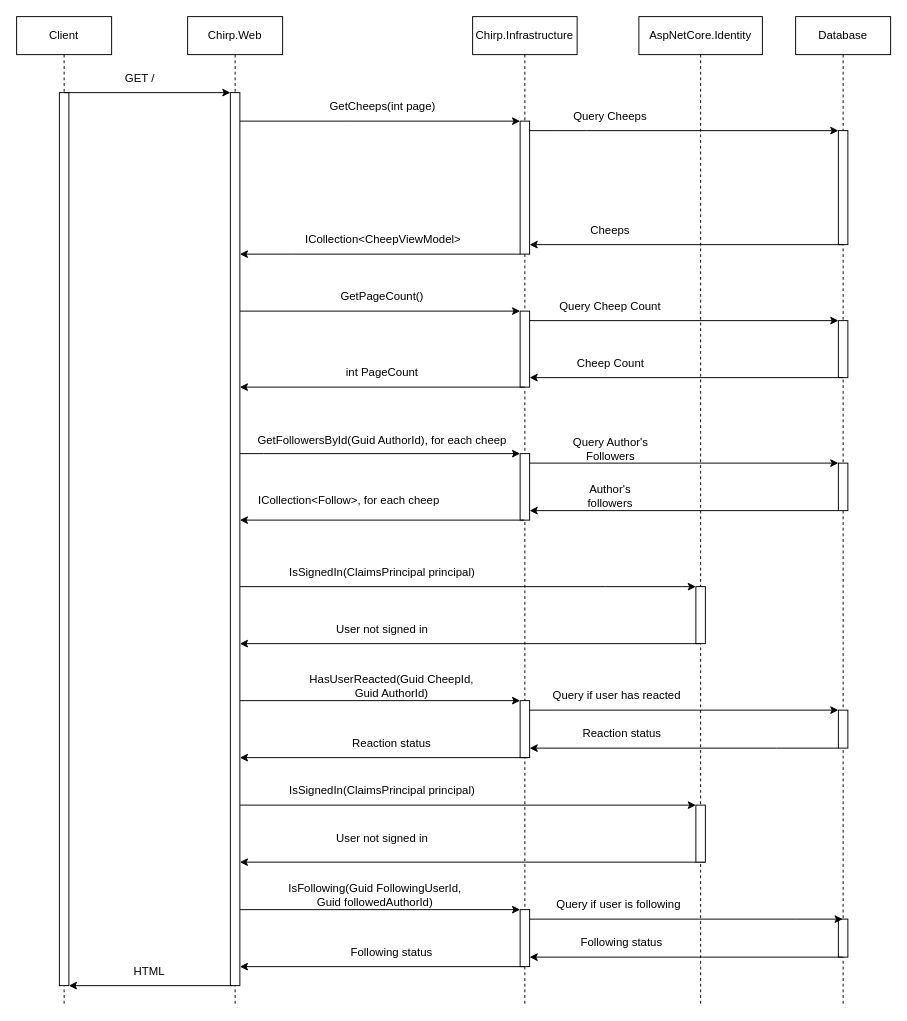
ITU-BDSA-GROUP-20/Chirp keeps this draw.io diagram as docs/SequenceCallDiagram.drawio. Above is the earlier version. Source tidied: cells renumbered, new cells numbered last; positions are measured from the earlier drawing's top-left corner, leaving out a move shared by most shapes. Both pictures are drawn from the tidied source at 95%, with x=0, y=0 at pixel (16, 16).
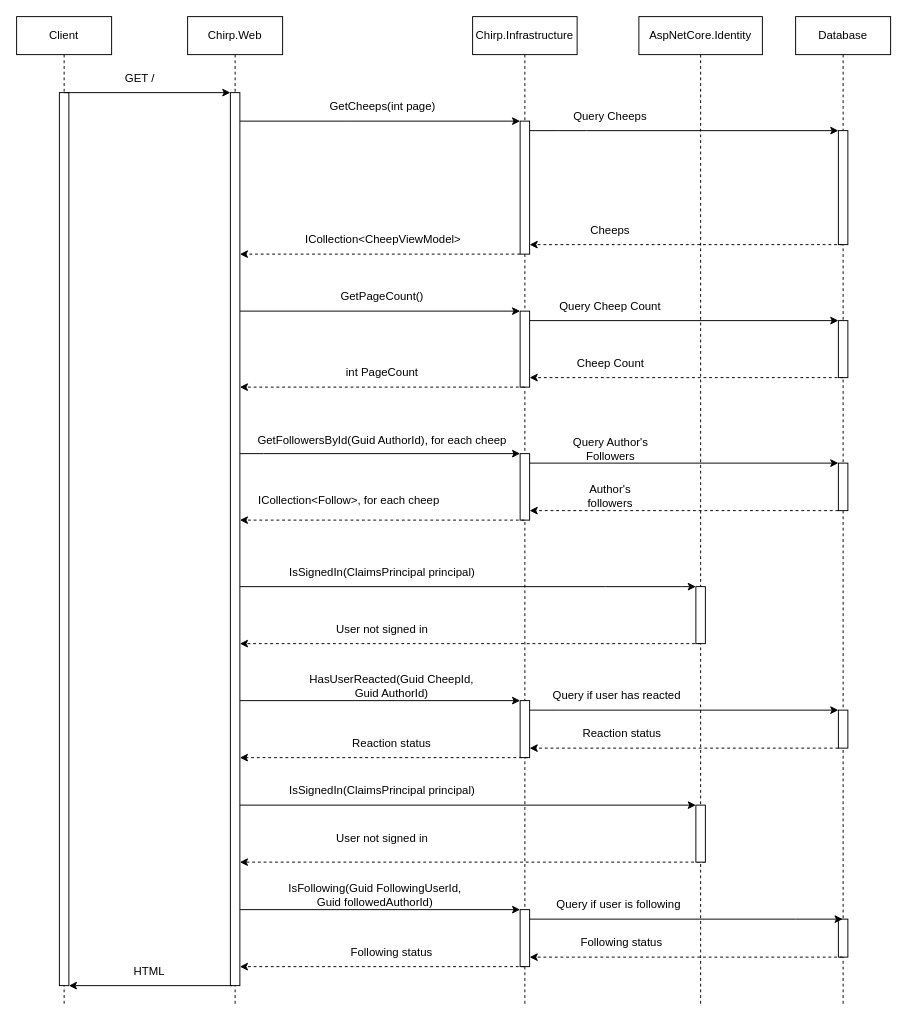
The same diagram, later.

The change refers to these unchanged cells:
```xml
<mxCell id="4" value="Chirp.Infrastructure" style="shape=umlLifeline;perimeter=lifelinePerimeter;whiteSpace=wrap;html=1;outlineConnect=0;portConstraint=eastwest;newEdgeStyle={&quot;edgeStyle&quot;:&quot;elbowEdgeStyle&quot;,&quot;elbow&quot;:&quot;vertical&quot;,&quot;curved&quot;:0,&quot;rounded&quot;:0};" parent="1" vertex="1">
  <mxGeometry x="480" width="110" height="1040" as="geometry" />
</mxCell>
<mxCell id="5" style="html=1;points=[];perimeter=orthogonalPerimeter;outlineConnect=0;targetShapes=umlLifeline;portConstraint=eastwest;newEdgeStyle={&quot;edgeStyle&quot;:&quot;elbowEdgeStyle&quot;,&quot;elbow&quot;:&quot;vertical&quot;,&quot;curved&quot;:0,&quot;rounded&quot;:0};" parent="4" vertex="1">
  <mxGeometry x="50" y="110" width="10" height="140" as="geometry" />
</mxCell>
<mxCell id="8" style="html=1;points=[];perimeter=orthogonalPerimeter;outlineConnect=0;targetShapes=umlLifeline;portConstraint=eastwest;newEdgeStyle={&quot;edgeStyle&quot;:&quot;elbowEdgeStyle&quot;,&quot;elbow&quot;:&quot;vertical&quot;,&quot;curved&quot;:0,&quot;rounded&quot;:0};" parent="4" vertex="1">
  <mxGeometry x="50" y="720" width="10" height="60" as="geometry" />
</mxCell>
<mxCell id="9" style="html=1;points=[];perimeter=orthogonalPerimeter;outlineConnect=0;targetShapes=umlLifeline;portConstraint=eastwest;newEdgeStyle={&quot;edgeStyle&quot;:&quot;elbowEdgeStyle&quot;,&quot;elbow&quot;:&quot;vertical&quot;,&quot;curved&quot;:0,&quot;rounded&quot;:0};" parent="4" vertex="1">
  <mxGeometry x="50" y="940" width="10" height="60" as="geometry" />
</mxCell>
<mxCell id="10" value="Database" style="shape=umlLifeline;perimeter=lifelinePerimeter;whiteSpace=wrap;html=1;outlineConnect=0;portConstraint=eastwest;newEdgeStyle={&quot;edgeStyle&quot;:&quot;elbowEdgeStyle&quot;,&quot;elbow&quot;:&quot;vertical&quot;,&quot;curved&quot;:0,&quot;rounded&quot;:0};" parent="1" vertex="1">
  <mxGeometry x="820" width="100" height="1040" as="geometry" />
</mxCell>
<mxCell id="12" style="html=1;points=[];perimeter=orthogonalPerimeter;outlineConnect=0;targetShapes=umlLifeline;portConstraint=eastwest;newEdgeStyle={&quot;edgeStyle&quot;:&quot;elbowEdgeStyle&quot;,&quot;elbow&quot;:&quot;vertical&quot;,&quot;curved&quot;:0,&quot;rounded&quot;:0};" parent="10" vertex="1">
  <mxGeometry x="45" y="320" width="10" height="60" as="geometry" />
</mxCell>
<mxCell id="13" style="html=1;points=[];perimeter=orthogonalPerimeter;outlineConnect=0;targetShapes=umlLifeline;portConstraint=eastwest;newEdgeStyle={&quot;edgeStyle&quot;:&quot;elbowEdgeStyle&quot;,&quot;elbow&quot;:&quot;vertical&quot;,&quot;curved&quot;:0,&quot;rounded&quot;:0};" parent="10" vertex="1">
  <mxGeometry x="45" y="470" width="10" height="50" as="geometry" />
</mxCell>
<mxCell id="14" style="html=1;points=[];perimeter=orthogonalPerimeter;outlineConnect=0;targetShapes=umlLifeline;portConstraint=eastwest;newEdgeStyle={&quot;edgeStyle&quot;:&quot;elbowEdgeStyle&quot;,&quot;elbow&quot;:&quot;vertical&quot;,&quot;curved&quot;:0,&quot;rounded&quot;:0};" parent="10" vertex="1">
  <mxGeometry x="45" y="730" width="10" height="40" as="geometry" />
</mxCell>
<mxCell id="17" style="html=1;points=[];perimeter=orthogonalPerimeter;outlineConnect=0;targetShapes=umlLifeline;portConstraint=eastwest;newEdgeStyle={&quot;edgeStyle&quot;:&quot;elbowEdgeStyle&quot;,&quot;elbow&quot;:&quot;vertical&quot;,&quot;curved&quot;:0,&quot;rounded&quot;:0};" parent="16" vertex="1">
  <mxGeometry x="45" y="80" width="10" height="940" as="geometry" />
</mxCell>
```

What changed in the source:
```diff
@@
-    <mxCell id="26" style="endArrow=classic;html=1;rounded=0;" parent="1" edge="1" source="5">
+    <mxCell id="26" style="endArrow=classic;html=1;rounded=0;dashed=1;" parent="1" edge="1" source="5">
       <mxGeometry relative="1" as="geometry">
         <mxPoint x="235" y="250" as="targetPoint" />
         <Array as="points">
           <mxPoint x="290" y="250" />
         </Array>
       </mxGeometry>
     </mxCell>
@@
-    <mxCell id="28" style="endArrow=classic;html=1;rounded=0;" parent="1" edge="1" source="4">
+    <mxCell id="28" style="endArrow=classic;html=1;rounded=0;dashed=1;" parent="1" edge="1" source="4">
       <mxGeometry relative="1" as="geometry">
         <mxPoint x="235" y="390" as="targetPoint" />
       </mxGeometry>
     </mxCell>
@@
-    <mxCell id="34" style="endArrow=classic;html=1;rounded=0;" parent="1" edge="1">
+    <mxCell id="34" style="endArrow=classic;html=1;rounded=0;dashed=1;" parent="1" edge="1">
       <mxGeometry relative="1" as="geometry">
         <mxPoint x="534.5" y="530" as="sourcePoint" />
         <mxPoint x="235" y="530" as="targetPoint" />
       </mxGeometry>
     </mxCell>
@@
-    <mxCell id="37" style="endArrow=classic;html=1;rounded=0;" parent="1" edge="1" source="10">
+    <mxCell id="37" style="endArrow=classic;html=1;rounded=0;dashed=1;" parent="1" edge="1" source="10">
       <mxGeometry relative="1" as="geometry">
         <mxPoint x="540" y="240" as="targetPoint" />
       </mxGeometry>
     </mxCell>
@@
-    <mxCell id="39" style="endArrow=classic;html=1;rounded=0;exitX=0.5;exitY=1;exitDx=0;exitDy=0;exitPerimeter=0;" parent="1" edge="1" source="12">
+    <mxCell id="39" style="endArrow=classic;html=1;rounded=0;exitX=0.5;exitY=1;exitDx=0;exitDy=0;exitPerimeter=0;dashed=1;" parent="1" edge="1" source="12">
       <mxGeometry relative="1" as="geometry">
         <mxPoint x="540" y="380" as="targetPoint" />
       </mxGeometry>
     </mxCell>
@@
-    <mxCell id="43" style="endArrow=classic;html=1;rounded=0;" parent="1" edge="1" source="13">
+    <mxCell id="43" style="endArrow=classic;html=1;rounded=0;dashed=1;" parent="1" edge="1" source="13">
       <mxGeometry relative="1" as="geometry">
         <mxPoint x="540" y="520" as="targetPoint" />
       </mxGeometry>
     </mxCell>
@@
-    <mxCell id="49" style="endArrow=classic;html=1;rounded=0;" parent="1" edge="1" target="17">
+    <mxCell id="49" style="endArrow=classic;html=1;rounded=0;dashed=1;" parent="1" edge="1" target="17">
       <mxGeometry relative="1" as="geometry">
         <mxPoint x="720" y="660" as="sourcePoint" />
       </mxGeometry>
     </mxCell>
@@
-    <mxCell id="53" style="endArrow=classic;html=1;rounded=0;" parent="1" edge="1" target="17">
+    <mxCell id="53" style="endArrow=classic;html=1;rounded=0;dashed=1;" parent="1" edge="1" target="17">
       <mxGeometry relative="1" as="geometry">
         <mxPoint x="537.9" y="780" as="sourcePoint" />
       </mxGeometry>
     </mxCell>
@@
-    <mxCell id="56" style="endArrow=classic;html=1;rounded=0;" parent="1" edge="1" target="17">
+    <mxCell id="56" style="endArrow=classic;html=1;rounded=0;dashed=1;" parent="1" edge="1" target="17">
       <mxGeometry relative="1" as="geometry">
         <mxPoint x="725" y="890" as="sourcePoint" />
       </mxGeometry>
     </mxCell>
@@
-    <mxCell id="62" style="endArrow=classic;html=1;rounded=0;" parent="1" edge="1" target="17">
+    <mxCell id="62" style="endArrow=classic;html=1;rounded=0;dashed=1;" parent="1" edge="1" target="17">
       <mxGeometry relative="1" as="geometry">
         <mxPoint x="534.5" y="1000" as="sourcePoint" />
       </mxGeometry>
     </mxCell>
@@
-    <mxCell id="66" style="edgeStyle=elbowEdgeStyle;rounded=0;jettySize=auto;html=1;elbow=vertical;curved=0;" parent="1" edge="1" source="14" target="8">
+    <mxCell id="66" style="edgeStyle=elbowEdgeStyle;rounded=0;jettySize=auto;html=1;elbow=vertical;curved=0;dashed=1;" parent="1" edge="1" source="14" target="8">
       <mxGeometry relative="1" as="geometry">
         <Array as="points">
           <mxPoint x="800" y="770" />
         </Array>
       </mxGeometry>
     </mxCell>
@@
-    <mxCell id="70" style="endArrow=classic;html=1;rounded=0;" parent="1" edge="1" target="9">
+    <mxCell id="70" style="endArrow=classic;html=1;rounded=0;dashed=1;" parent="1" edge="1" target="9">
       <mxGeometry relative="1" as="geometry">
         <mxPoint x="869.5" y="990" as="sourcePoint" />
       </mxGeometry>
     </mxCell>
```
